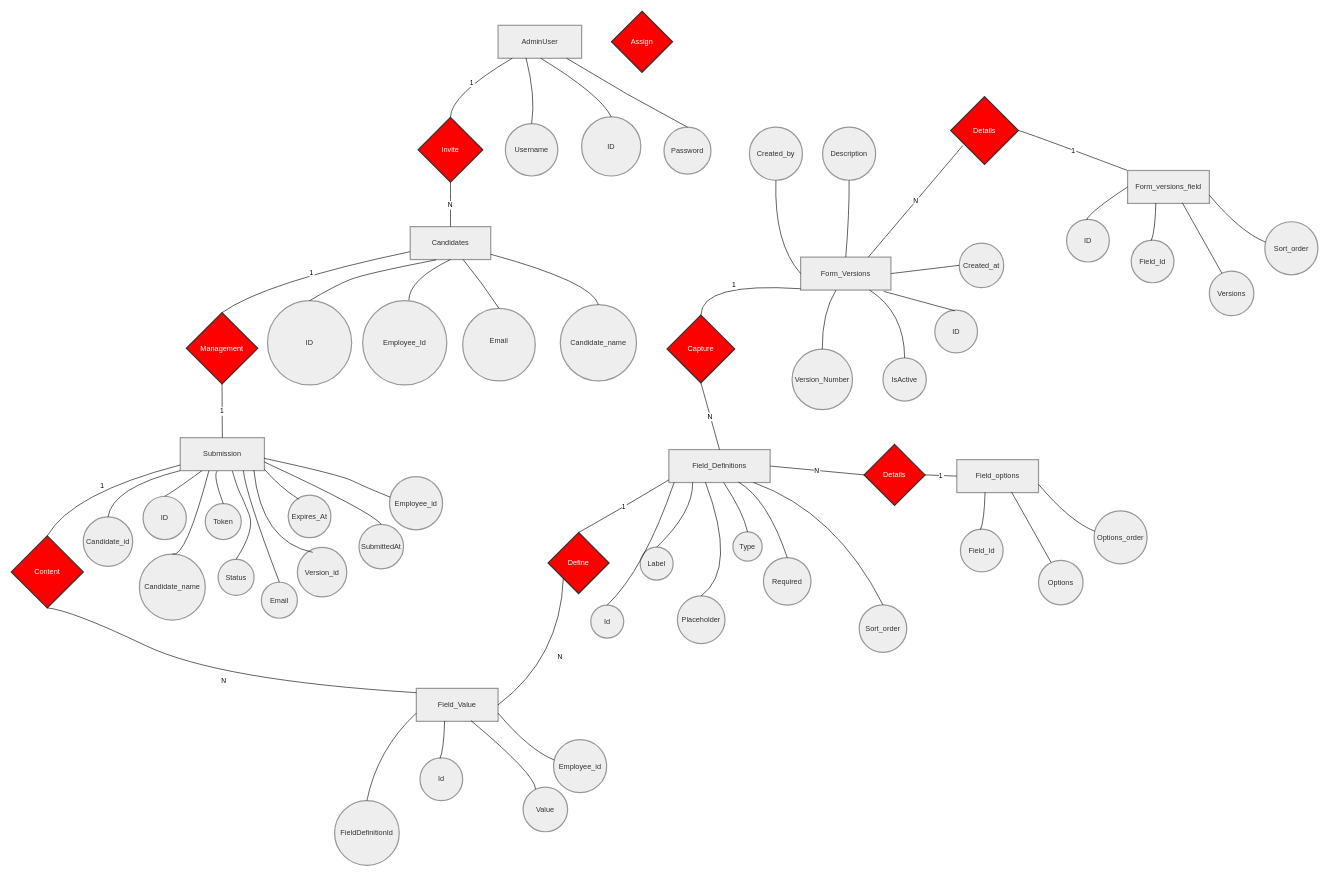
The draw.io diagram NewHires/Diagrama MER.drawio in Apollyonevil/Java, before the edit. Source tidied: cells renumbered, new cells numbered last; positions are measured from the earlier drawing's top-left corner, leaving out a move shared by most shapes. Both pictures are drawn from the tidied source at 61%, with x=0, y=0 at pixel (11, 11).
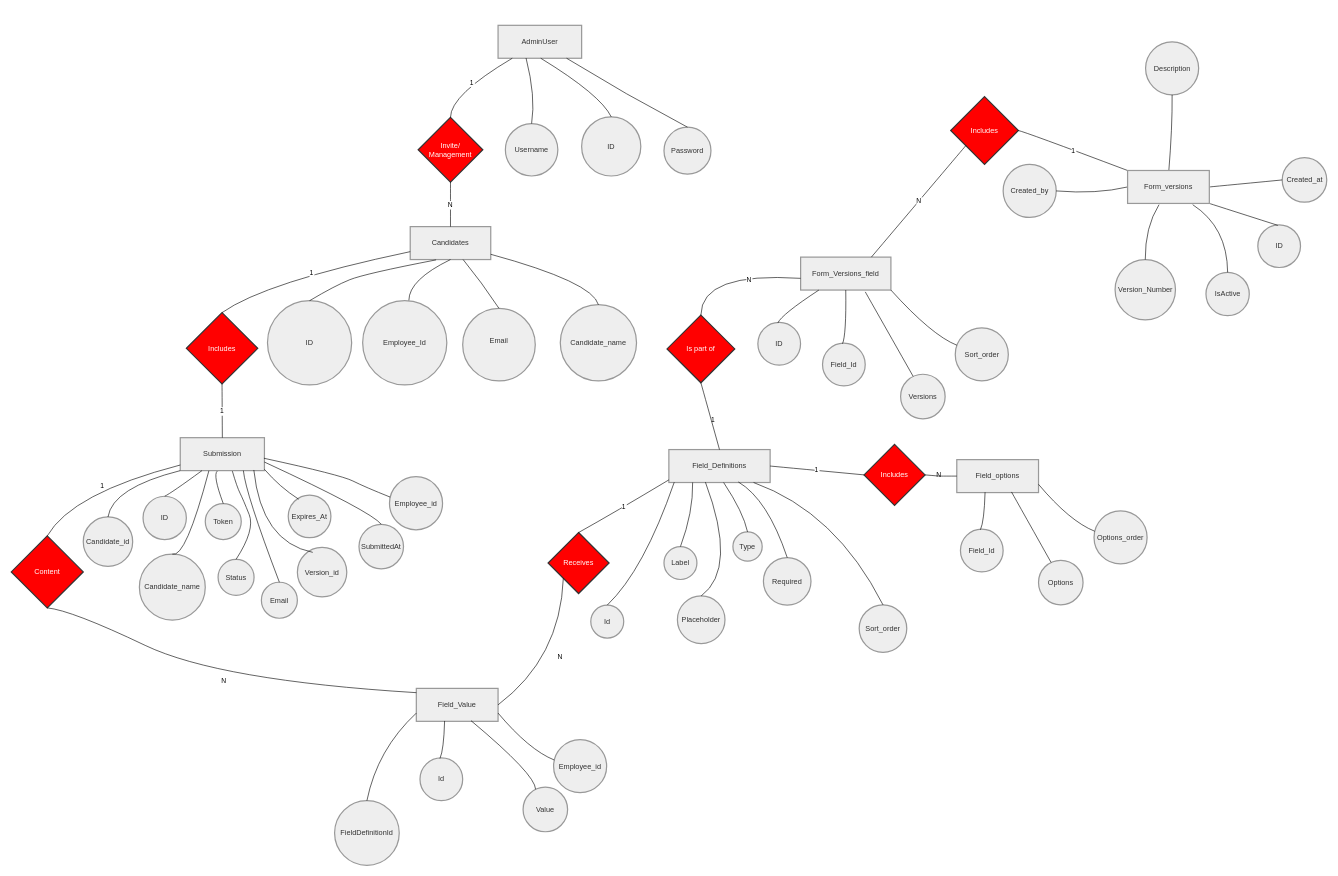
Above is the later version.

Commit message (it also covers changes not shown here):
Fix: Diagram changes. Included the SQL source code employed to generate the database tables.

Unchanged cells that the change refers to:
```xml
<mxCell id="5" value="Field_Definitions" style="whiteSpace=wrap;strokeWidth=2;fillColor=light-dark(#eeeeee,#1f2020);strokeColor=light-dark(#999999,#cccccc);fontColor=light-dark(#333333,#cccccc);" parent="1" vertex="1">
  <mxGeometry x="1078" y="718.5" width="166" height="54" as="geometry" />
</mxCell>
<mxCell id="83" value="Field_options" style="whiteSpace=wrap;strokeWidth=2;fillColor=light-dark(#eeeeee,#1f2020);strokeColor=light-dark(#999999,#cccccc);fontColor=light-dark(#333333,#cccccc);" parent="1" vertex="1">
  <mxGeometry x="1550" y="735" width="134" height="54" as="geometry" />
</mxCell>
```

Change to the diagram source:
```diff
@@
-    <mxCell id="6" value="Form_Versions" style="whiteSpace=wrap;strokeWidth=2;fillColor=light-dark(#eeeeee,#1f2020);strokeColor=light-dark(#999999,#cccccc);fontColor=light-dark(#333333,#cccccc);" parent="1" vertex="1">
+    <mxCell id="6" value="Form_Versions_field" style="whiteSpace=wrap;strokeWidth=2;fillColor=light-dark(#eeeeee,#1f2020);strokeColor=light-dark(#999999,#cccccc);fontColor=light-dark(#333333,#cccccc);" parent="1" vertex="1">
       <mxGeometry x="1294" y="403" width="148" height="54" as="geometry" />
     </mxCell>
@@
-    <mxCell id="8" value="Invite" style="rhombus;strokeWidth=2;whiteSpace=wrap;fillColor=#ff0000;strokeColor=#333;fontColor=#fff;" parent="1" vertex="1">
+    <mxCell id="8" value="Invite/&#10;Management" style="rhombus;strokeWidth=2;whiteSpace=wrap;fillColor=#ff0000;strokeColor=#333;fontColor=#fff;" parent="1" vertex="1">
       <mxGeometry x="667" y="174" width="106" height="106" as="geometry" />
     </mxCell>
-    <mxCell id="9" value=" Management" style="rhombus;strokeWidth=2;whiteSpace=wrap;fillColor=#ff0000;strokeColor=#333;fontColor=#fff;" parent="1" vertex="1">
+    <mxCell id="9" value=" Includes" style="rhombus;strokeWidth=2;whiteSpace=wrap;fillColor=#ff0000;strokeColor=#333;fontColor=#fff;" parent="1" vertex="1">
       <mxGeometry x="287" y="494" width="117" height="117" as="geometry" />
     </mxCell>
@@
-    <mxCell id="11" value="Capture" style="rhombus;strokeWidth=2;whiteSpace=wrap;fillColor=#ff0000;strokeColor=#333;fontColor=#fff;" parent="1" vertex="1">
+    <mxCell id="11" value="Is part of" style="rhombus;strokeWidth=2;whiteSpace=wrap;fillColor=#ff0000;strokeColor=#333;fontColor=#fff;" parent="1" vertex="1">
       <mxGeometry x="1075" y="498" width="111" height="111" as="geometry" />
     </mxCell>
-    <mxCell id="12" value="Define" style="rhombus;strokeWidth=2;whiteSpace=wrap;fillColor=#ff0000;strokeColor=#333;fontColor=#fff;" parent="1" vertex="1">
+    <mxCell id="12" value="Receives" style="rhombus;strokeWidth=2;whiteSpace=wrap;fillColor=#ff0000;strokeColor=#333;fontColor=#fff;" parent="1" vertex="1">
       <mxGeometry x="880" y="854.5" width="100" height="100" as="geometry" />
     </mxCell>
-    <mxCell id="13" value="Assign" style="rhombus;strokeWidth=2;whiteSpace=wrap;fillColor=#ff0000;strokeColor=#333;fontColor=#fff;" parent="1" vertex="1">
-      <mxGeometry x="984" width="100" height="100" as="geometry" />
-    </mxCell>
@@
     <mxCell id="23" value="Label" style="ellipse;strokeWidth=2;whiteSpace=wrap;fillColor=light-dark(#eeeeee,#1f2020);strokeColor=light-dark(#999999,#cccccc);fontColor=light-dark(#333333,#cccccc);" parent="1" vertex="1">
-      <mxGeometry x="1031" y="878.5" width="54" height="54" as="geometry" />
+      <mxGeometry x="1070" y="877.5" width="54" height="54" as="geometry" />
     </mxCell>
@@
     <mxCell id="26" value="Version_Number" style="ellipse;strokeWidth=2;whiteSpace=wrap;fillColor=light-dark(#eeeeee,#1f2020);strokeColor=light-dark(#999999,#cccccc);fontColor=light-dark(#333333,#cccccc);" parent="1" vertex="1">
-      <mxGeometry x="1280" y="554" width="99" height="99" as="geometry" />
+      <mxGeometry x="1809.5" y="407" width="99" height="99" as="geometry" />
     </mxCell>
     <mxCell id="27" value="IsActive" style="ellipse;strokeWidth=2;whiteSpace=wrap;fillColor=light-dark(#eeeeee,#1f2020);strokeColor=light-dark(#999999,#cccccc);fontColor=light-dark(#333333,#cccccc);" parent="1" vertex="1">
-      <mxGeometry x="1429" y="568" width="71" height="71" as="geometry" />
+      <mxGeometry x="1958.5" y="428" width="71" height="71" as="geometry" />
     </mxCell>
@@
-    <mxCell id="48" value="1" style="curved=1;startArrow=none;endArrow=none;exitX=0;exitY=0.96;entryX=0.5;entryY=0;rounded=0;" parent="1" edge="1" source="6" target="11">
-      <mxGeometry relative="1" as="geometry">
+    <mxCell id="48" value="1" style="curved=1;startArrow=none;endArrow=none;exitX=0;exitY=0.96;entryX=0.5;entryY=0;rounded=0;entryDx=0;entryDy=0;" parent="1" edge="1" target="11">
+      <mxGeometry x="1" y="173" relative="1" as="geometry">
+        <mxPoint x="1293.9" y="437.8" as="sourcePoint" />
         <Array as="points">
-          <mxPoint x="1131" y="444" />
+          <mxPoint x="1130.9" y="427" />
         </Array>
+        <mxPoint x="-153" y="171" as="offset" />
       </mxGeometry>
     </mxCell>
     <mxCell id="49" value="N" style="curved=1;startArrow=none;endArrow=none;exitX=0.5;exitY=1;entryX=0.5;entryY=-0.01;rounded=0;" parent="1" edge="1" source="11" target="5">
-      <mxGeometry relative="1" as="geometry" />
+      <mxGeometry x="-1" y="187" relative="1" as="geometry">
+        <mxPoint x="-101" y="-119" as="offset" />
+      </mxGeometry>
     </mxCell>
-    <mxCell id="50" style="curved=1;startArrow=none;endArrow=none;exitX=0.39;exitY=1.01;entryX=0.5;entryY=0;rounded=0;" parent="1" edge="1" source="6" target="26">
+    <mxCell id="50" style="curved=1;startArrow=none;endArrow=none;exitX=0.39;exitY=1.01;entryX=0.5;entryY=0;rounded=0;" parent="1" edge="1" target="26">
       <mxGeometry relative="1" as="geometry">
+        <mxPoint x="1881.5" y="317" as="sourcePoint" />
         <Array as="points">
-          <mxPoint x="1329" y="494" />
+          <mxPoint x="1858.5" y="354" />
         </Array>
       </mxGeometry>
     </mxCell>
-    <mxCell id="51" style="curved=1;startArrow=none;endArrow=none;exitX=0.77;exitY=1.01;entryX=0.5;entryY=0;rounded=0;" parent="1" edge="1" source="6" target="27">
+    <mxCell id="51" style="curved=1;startArrow=none;endArrow=none;exitX=0.77;exitY=1.01;entryX=0.5;entryY=0;rounded=0;" parent="1" edge="1" target="27">
       <mxGeometry relative="1" as="geometry">
+        <mxPoint x="1936.7" y="317" as="sourcePoint" />
         <Array as="points">
-          <mxPoint x="1464" y="494" />
+          <mxPoint x="1993.5" y="354" />
         </Array>
       </mxGeometry>
     </mxCell>
@@
-    <mxCell id="82" value="Details" style="rhombus;strokeWidth=2;whiteSpace=wrap;fillColor=#ff0000;strokeColor=#333;fontColor=#fff;" parent="1" vertex="1">
+    <mxCell id="82" value="Includes" style="rhombus;strokeWidth=2;whiteSpace=wrap;fillColor=#ff0000;strokeColor=#333;fontColor=#fff;" parent="1" vertex="1">
       <mxGeometry x="1398" y="710" width="100" height="100" as="geometry" />
     </mxCell>
@@
     <mxCell id="90" value="ID" style="ellipse;strokeWidth=2;whiteSpace=wrap;fillColor=light-dark(#eeeeee,#1f2020);strokeColor=light-dark(#999999,#cccccc);fontColor=light-dark(#333333,#cccccc);" parent="1" vertex="1">
-      <mxGeometry x="1514" y="490" width="70" height="70" as="geometry" />
+      <mxGeometry x="2043.5" y="350" width="70" height="70" as="geometry" />
     </mxCell>
     <mxCell id="91" value="Created_at" style="ellipse;strokeWidth=2;whiteSpace=wrap;fillColor=light-dark(#eeeeee,#1f2020);strokeColor=light-dark(#999999,#cccccc);fontColor=light-dark(#333333,#cccccc);" parent="1" vertex="1">
-      <mxGeometry x="1554" y="380" width="73" height="73" as="geometry" />
+      <mxGeometry x="2083.5" y="240" width="73" height="73" as="geometry" />
     </mxCell>
-    <mxCell id="92" style="curved=1;startArrow=none;endArrow=none;entryX=0.468;entryY=0.013;rounded=0;entryDx=0;entryDy=0;entryPerimeter=0;exitX=0.92;exitY=1.04;exitDx=0;exitDy=0;exitPerimeter=0;" parent="1" edge="1" source="6" target="90">
+    <mxCell id="92" style="curved=1;startArrow=none;endArrow=none;entryX=0.468;entryY=0.013;rounded=0;entryDx=0;entryDy=0;entryPerimeter=0;exitX=1;exitY=1;exitDx=0;exitDy=0;" parent="1" edge="1" source="101" target="90">
       <mxGeometry relative="1" as="geometry" />
     </mxCell>
-    <mxCell id="93" style="curved=1;startArrow=none;endArrow=none;entryX=0;entryY=0.5;rounded=0;exitX=1;exitY=0.5;exitDx=0;exitDy=0;entryDx=0;entryDy=0;" parent="1" edge="1" source="6" target="91">
+    <mxCell id="93" style="curved=1;startArrow=none;endArrow=none;entryX=0;entryY=0.5;rounded=0;exitX=1;exitY=0.5;exitDx=0;exitDy=0;entryDx=0;entryDy=0;" parent="1" edge="1" source="101" target="91">
       <mxGeometry relative="1" as="geometry" />
     </mxCell>
     <mxCell id="94" value="Description" style="ellipse;strokeWidth=2;whiteSpace=wrap;fillColor=light-dark(#eeeeee,#1f2020);strokeColor=light-dark(#999999,#cccccc);fontColor=light-dark(#333333,#cccccc);" parent="1" vertex="1">
-      <mxGeometry x="1330" y="190" width="87" height="87" as="geometry" />
+      <mxGeometry x="1859.5" y="50" width="87" height="87" as="geometry" />
     </mxCell>
-    <mxCell id="95" style="curved=1;startArrow=none;endArrow=none;rounded=0;exitX=0.5;exitY=0;exitDx=0;exitDy=0;" parent="1" edge="1" source="6" target="94">
+    <mxCell id="95" style="curved=1;startArrow=none;endArrow=none;rounded=0;exitX=0.5;exitY=0;exitDx=0;exitDy=0;" parent="1" edge="1" target="94">
       <mxGeometry relative="1" as="geometry">
+        <mxPoint x="1897.5" y="263" as="sourcePoint" />
         <Array as="points">
-          <mxPoint x="1374" y="330" />
+          <mxPoint x="1903.5" y="190" />
         </Array>
       </mxGeometry>
     </mxCell>
     <mxCell id="96" value="Created_by" style="ellipse;strokeWidth=2;whiteSpace=wrap;fillColor=light-dark(#eeeeee,#1f2020);strokeColor=light-dark(#999999,#cccccc);fontColor=light-dark(#333333,#cccccc);" parent="1" vertex="1">
-      <mxGeometry x="1210" y="190" width="87" height="87" as="geometry" />
+      <mxGeometry x="1626" y="251" width="87" height="87" as="geometry" />
     </mxCell>
-    <mxCell id="97" style="curved=1;startArrow=none;endArrow=none;rounded=0;exitX=0;exitY=0.5;exitDx=0;exitDy=0;entryX=0.5;entryY=1;entryDx=0;entryDy=0;" parent="1" edge="1" source="6" target="96">
+    <mxCell id="97" style="curved=1;startArrow=none;endArrow=none;rounded=0;exitX=0;exitY=0.5;exitDx=0;exitDy=0;entryX=1;entryY=0.5;entryDx=0;entryDy=0;" parent="1" edge="1" source="101" target="96">
       <mxGeometry relative="1" as="geometry">
         <Array as="points">
-          <mxPoint x="1250" y="380" />
+          <mxPoint x="1779" y="300" />
         </Array>
       </mxGeometry>
     </mxCell>
-    <mxCell id="98" value="Details" style="rhombus;strokeWidth=2;whiteSpace=wrap;fillColor=#ff0000;strokeColor=#333;fontColor=#fff;" parent="1" vertex="1">
+    <mxCell id="98" value="Includes" style="rhombus;strokeWidth=2;whiteSpace=wrap;fillColor=#ff0000;strokeColor=#333;fontColor=#fff;" parent="1" vertex="1">
       <mxGeometry x="1540" y="140" width="111" height="111" as="geometry" />
     </mxCell>
-    <mxCell id="99" value="N" style="curved=1;startArrow=none;endArrow=none;exitX=0.18;exitY=0.721;entryX=0.75;entryY=0;rounded=0;exitDx=0;exitDy=0;exitPerimeter=0;entryDx=0;entryDy=0;" parent="1" edge="1" source="98" target="6">
-      <mxGeometry x="-0.01" relative="1" as="geometry" />
+    <mxCell id="99" value="N" style="curved=1;startArrow=none;endArrow=none;exitX=0.18;exitY=0.721;entryX=0.75;entryY=0;rounded=0;exitDx=0;exitDy=0;exitPerimeter=0;entryDx=0;entryDy=0;" parent="1" edge="1">
+      <mxGeometry x="-0.01" relative="1" as="geometry">
+        <mxPoint x="1565" y="220" as="sourcePoint" />
+        <mxPoint x="1410" y="403" as="targetPoint" />
+      </mxGeometry>
     </mxCell>
@@
-    <mxCell id="101" value="Form_versions_field" style="whiteSpace=wrap;strokeWidth=2;fillColor=light-dark(#eeeeee,#1f2020);strokeColor=light-dark(#999999,#cccccc);fontColor=light-dark(#333333,#cccccc);" parent="1" vertex="1">
+    <mxCell id="101" value="Form_versions" style="whiteSpace=wrap;strokeWidth=2;fillColor=light-dark(#eeeeee,#1f2020);strokeColor=light-dark(#999999,#cccccc);fontColor=light-dark(#333333,#cccccc);" parent="1" vertex="1">
       <mxGeometry x="1830" y="261" width="134" height="54" as="geometry" />
     </mxCell>
     <mxCell id="102" value="Field_Id" style="ellipse;strokeWidth=2;whiteSpace=wrap;fillColor=light-dark(#eeeeee,#1f2020);strokeColor=light-dark(#999999,#cccccc);fontColor=light-dark(#333333,#cccccc);" parent="1" vertex="1">
-      <mxGeometry x="1836" y="375" width="70" height="70" as="geometry" />
+      <mxGeometry x="1329.9" y="544" width="70" height="70" as="geometry" />
     </mxCell>
     <mxCell id="103" value="Versions" style="ellipse;strokeWidth=2;whiteSpace=wrap;fillColor=light-dark(#eeeeee,#1f2020);strokeColor=light-dark(#999999,#cccccc);fontColor=light-dark(#333333,#cccccc);" parent="1" vertex="1">
-      <mxGeometry x="1964" y="426" width="73" height="73" as="geometry" />
+      <mxGeometry x="1457.9" y="595" width="73" height="73" as="geometry" />
     </mxCell>
-    <mxCell id="104" style="curved=1;startArrow=none;endArrow=none;entryX=0.468;entryY=0.013;rounded=0;entryDx=0;entryDy=0;entryPerimeter=0;exitX=0.346;exitY=0.989;exitDx=0;exitDy=0;exitPerimeter=0;" parent="1" edge="1" source="101" target="102">
+    <mxCell id="104" style="curved=1;startArrow=none;endArrow=none;entryX=0.468;entryY=0.013;rounded=0;entryDx=0;entryDy=0;entryPerimeter=0;exitX=0.5;exitY=1;exitDx=0;exitDy=0;" parent="1" edge="1" source="6" target="102">
       <mxGeometry relative="1" as="geometry">
         <Array as="points">
-          <mxPoint x="1875" y="362" />
+          <mxPoint x="1368.9" y="531" />
         </Array>
       </mxGeometry>
     </mxCell>
-    <mxCell id="105" style="curved=1;startArrow=none;endArrow=none;entryX=0.281;entryY=0.046;rounded=0;exitX=0.669;exitY=0.98;exitDx=0;exitDy=0;exitPerimeter=0;entryDx=0;entryDy=0;entryPerimeter=0;" parent="1" edge="1" source="101" target="103">
-      <mxGeometry relative="1" as="geometry" />
+    <mxCell id="105" style="curved=1;startArrow=none;endArrow=none;entryX=0.281;entryY=0.046;rounded=0;entryDx=0;entryDy=0;entryPerimeter=0;" parent="1" edge="1" target="103">
+      <mxGeometry relative="1" as="geometry">
+        <mxPoint x="1400" y="460" as="sourcePoint" />
+      </mxGeometry>
     </mxCell>
     <mxCell id="106" value="Sort_order" style="ellipse;strokeWidth=2;whiteSpace=wrap;fillColor=light-dark(#eeeeee,#1f2020);strokeColor=light-dark(#999999,#cccccc);fontColor=light-dark(#333333,#cccccc);" parent="1" vertex="1">
-      <mxGeometry x="2055" y="345" width="87" height="87" as="geometry" />
+      <mxGeometry x="1547.5" y="519" width="87" height="87" as="geometry" />
     </mxCell>
-    <mxCell id="107" style="curved=1;startArrow=none;endArrow=none;exitX=1;exitY=0.75;entryX=0.013;entryY=0.384;rounded=0;exitDx=0;exitDy=0;entryDx=0;entryDy=0;entryPerimeter=0;" parent="1" edge="1" source="101" target="106">
+    <mxCell id="107" style="curved=1;startArrow=none;endArrow=none;exitX=1;exitY=1;entryX=0.013;entryY=0.384;rounded=0;exitDx=0;exitDy=0;entryDx=0;entryDy=0;entryPerimeter=0;" parent="1" edge="1" source="6">
       <mxGeometry relative="1" as="geometry">
+        <mxPoint x="1550" y="547.4" as="targetPoint" />
         <Array as="points">
-          <mxPoint x="2015" y="362" />
+          <mxPoint x="1508.9" y="531" />
         </Array>
       </mxGeometry>
     </mxCell>
     <mxCell id="108" value="ID" style="ellipse;strokeWidth=2;whiteSpace=wrap;fillColor=light-dark(#eeeeee,#1f2020);strokeColor=light-dark(#999999,#cccccc);fontColor=light-dark(#333333,#cccccc);" parent="1" vertex="1">
-      <mxGeometry x="1730" y="341" width="70" height="70" as="geometry" />
+      <mxGeometry x="1223.9" y="510" width="70" height="70" as="geometry" />
     </mxCell>
-    <mxCell id="109" style="curved=1;startArrow=none;endArrow=none;entryX=0.468;entryY=0.013;rounded=0;entryDx=0;entryDy=0;entryPerimeter=0;exitX=0;exitY=0.5;exitDx=0;exitDy=0;" parent="1" edge="1" source="101" target="108">
+    <mxCell id="109" style="curved=1;startArrow=none;endArrow=none;entryX=0.468;entryY=0.013;rounded=0;entryDx=0;entryDy=0;entryPerimeter=0;exitX=0;exitY=0.5;exitDx=0;exitDy=0;" parent="1" edge="1" target="108">
       <mxGeometry relative="1" as="geometry">
+        <mxPoint x="1323.9" y="457" as="sourcePoint" />
         <Array as="points">
-          <mxPoint x="1769" y="328" />
+          <mxPoint x="1262.9" y="497" />
         </Array>
       </mxGeometry>
     </mxCell>
     <mxCell id="110" value="N" style="curved=1;startArrow=none;endArrow=none;exitX=1;exitY=0.5;entryX=0;entryY=0.5;rounded=0;exitDx=0;exitDy=0;entryDx=0;entryDy=0;" parent="1" edge="1" source="5" target="82">
-      <mxGeometry relative="1" as="geometry" />
+      <mxGeometry x="1" y="122" relative="1" as="geometry">
+        <mxPoint x="111" y="121" as="offset" />
+      </mxGeometry>
     </mxCell>
     <mxCell id="111" value="1" style="curved=1;startArrow=none;endArrow=none;exitX=0;exitY=0.5;entryX=1;entryY=0.5;rounded=0;exitDx=0;exitDy=0;entryDx=0;entryDy=0;" parent="1" edge="1" source="83" target="82">
-      <mxGeometry relative="1" as="geometry" />
+      <mxGeometry x="1" y="-188" relative="1" as="geometry">
+        <Array as="points">
+          <mxPoint x="1530" y="762" />
+          <mxPoint x="1520" y="762" />
+        </Array>
+        <mxPoint x="-195" y="178" as="offset" />
+      </mxGeometry>
     </mxCell>
```
